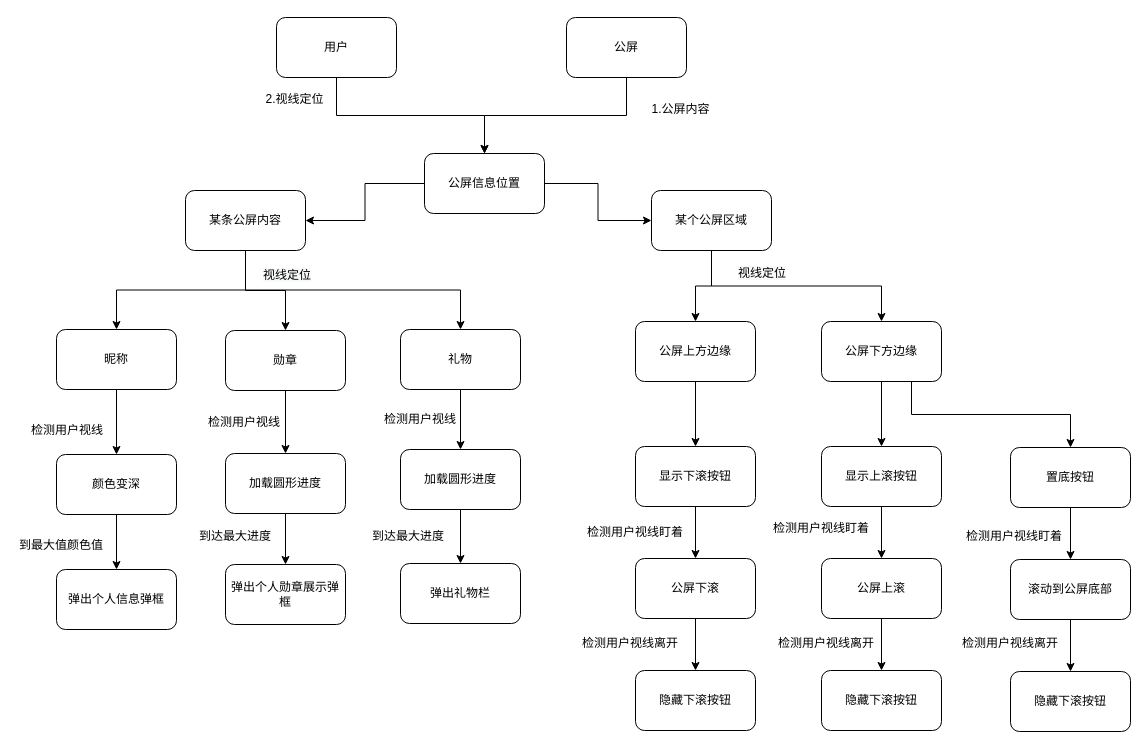
Earlier version of the draw.io diagram page "Page-1" (1 of 3) of 公屏眼睛操作.drawio (cangwang/news). Source tidied: cells renumbered, new cells numbered last; positions are measured from the earlier drawing's top-left corner, leaving out a move shared by most shapes. Both pictures are drawn from the tidied source at 100%, with x=0, y=0 at pixel (17, 17).
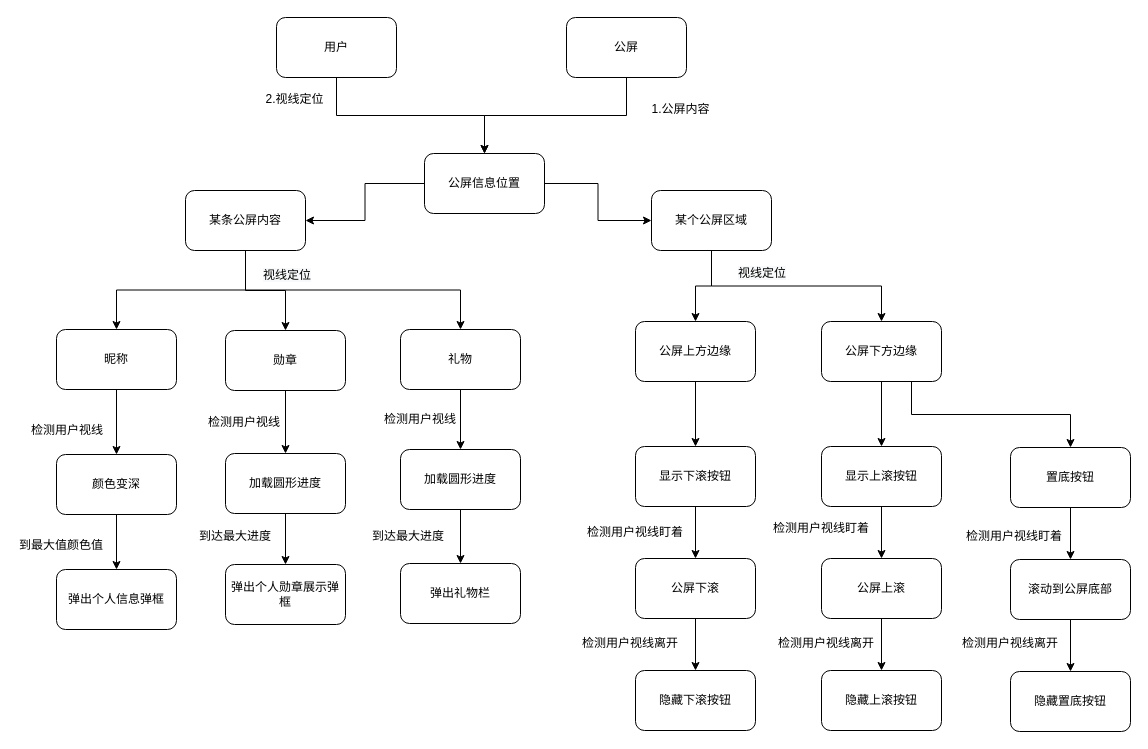
Above is the later version.

What changed in the source:
```diff
@@
-    <mxCell id="36" value="隐藏下滚按钮" style="rounded=1;whiteSpace=wrap;html=1;" parent="1" vertex="1">
+    <mxCell id="36" value="隐藏上滚按钮" style="rounded=1;whiteSpace=wrap;html=1;" parent="1" vertex="1">
       <mxGeometry x="804" y="653" width="120" height="60" as="geometry" />
     </mxCell>
@@
-    <mxCell id="52" value="隐藏下滚按钮" style="rounded=1;whiteSpace=wrap;html=1;" parent="1" vertex="1">
+    <mxCell id="52" value="隐藏置底按钮" style="rounded=1;whiteSpace=wrap;html=1;" parent="1" vertex="1">
       <mxGeometry x="993" y="654" width="120" height="60" as="geometry" />
     </mxCell>
```
